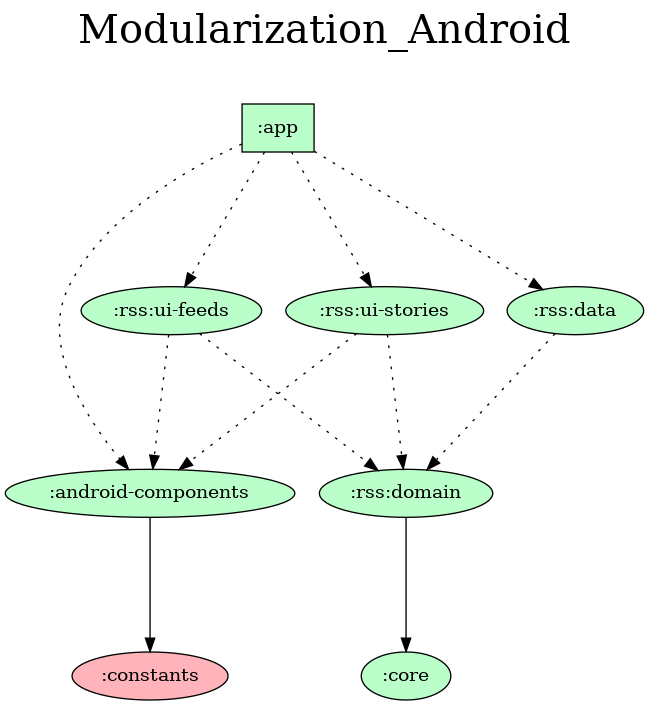
Above: gradle/dependency-graph/project.dot.png in farooqahmadm1/Modularization_Android (Graphviz), before the change. Its source is kept beside it as gradle/dependency-graph/project.dot.
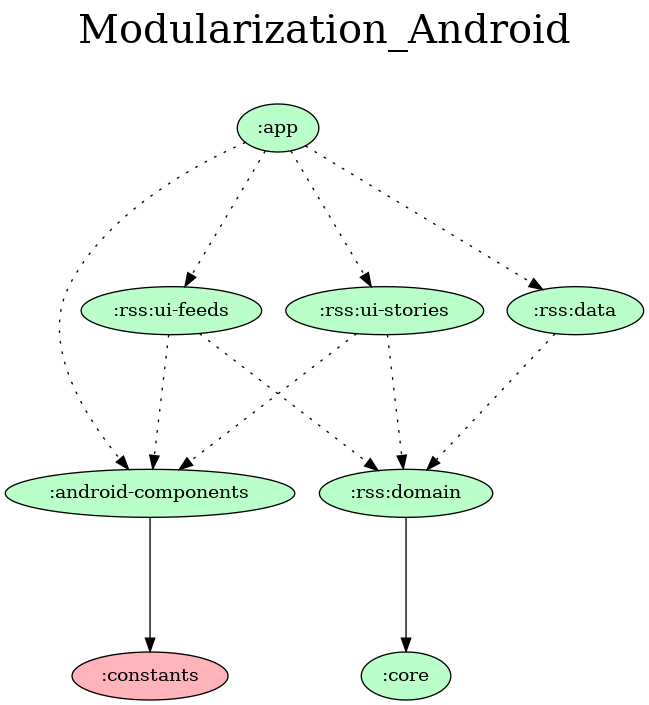
Later version of the same file.

Commit message:
Update dependency graph

Change to the diagram source:
```diff
@@ -6,7 +6,7 @@
   # Projects
 
   ":android-components" [fillcolor="#baffc9"];
-  ":app" [shape=box, fillcolor="#baffc9"];
+  ":app" [fillcolor="#baffc9"];
   ":constants" [fillcolor="#ffb3ba"];
   ":core" [fillcolor="#baffc9"];
   ":rss:data" [fillcolor="#baffc9"];
@@ -14,7 +14,7 @@
   ":rss:ui-feeds" [fillcolor="#baffc9"];
   ":rss:ui-stories" [fillcolor="#baffc9"];
 
-  {rank = same; ":app";}
+  {rank = same;}
 
   # Dependencies
 
```
